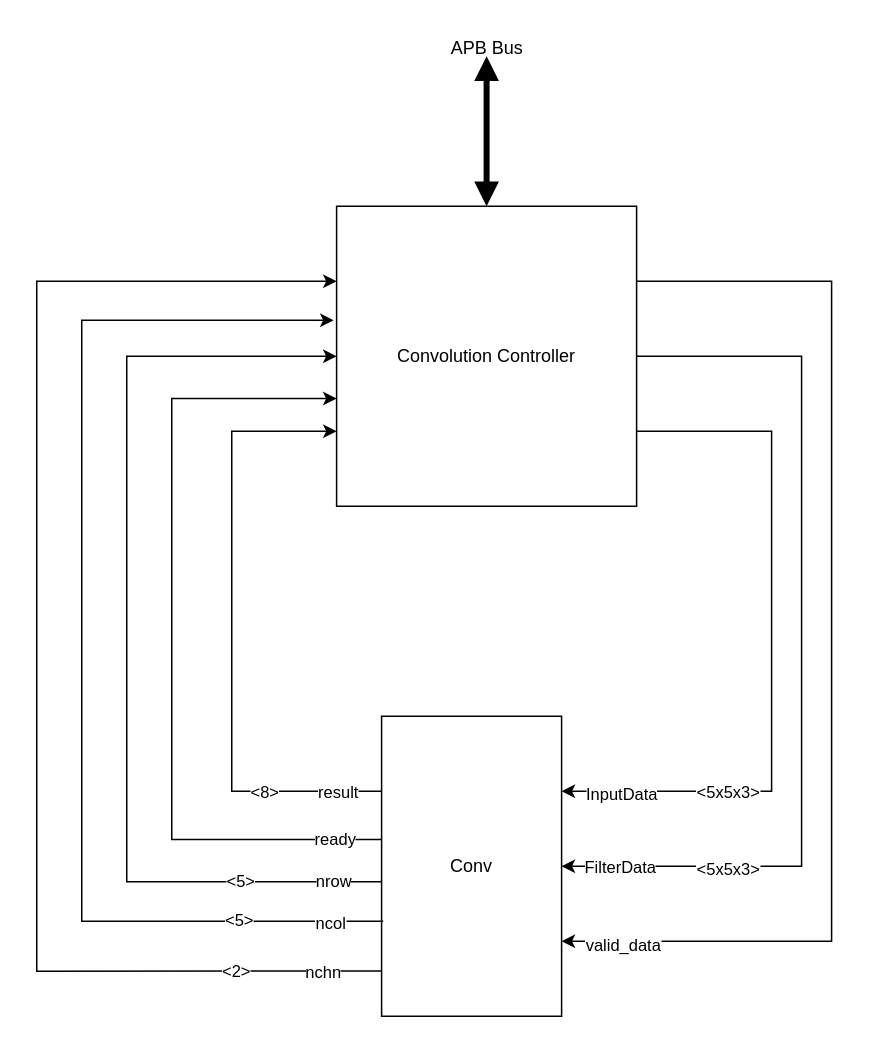
Above: page "APB Convolution Sytem Arch" (4 of 7) of Diagrams.drawio in thevenus/etin35-pulpino (draw.io), before the change. Source tidied: cells renumbered, new cells numbered last; positions are measured from the earlier drawing's top-left corner, leaving out a move shared by most shapes. Both pictures are drawn from the tidied source at 150%, with x=0, y=0 at pixel (36, 26).
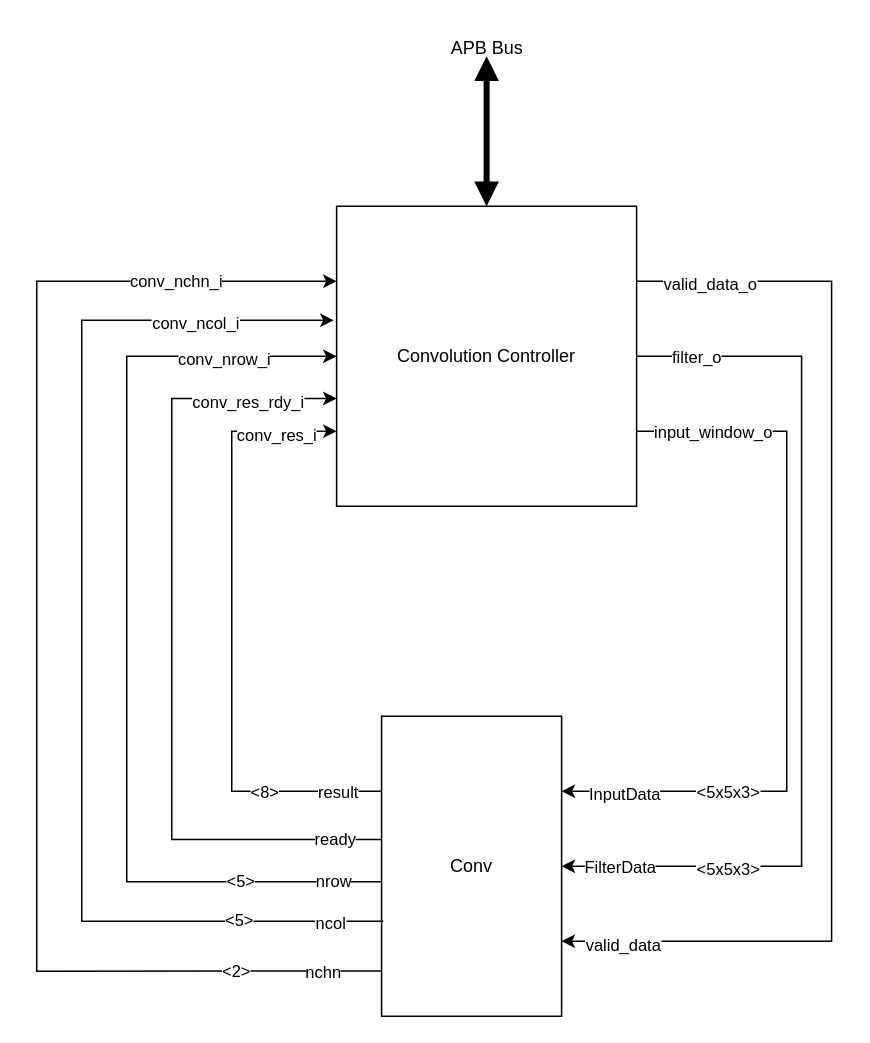
The same page after the edit.

Unchanged cells that the change refers to:
```xml
<mxCell id="2" style="edgeStyle=orthogonalEdgeStyle;rounded=0;jettySize=auto;html=1;entryX=1;entryY=0.5;entryDx=0;entryDy=0;" parent="1" edge="1" source="8" target="20">
  <mxGeometry relative="1" as="geometry">
    <Array as="points">
      <mxPoint x="509.9" y="220" />
      <mxPoint x="509.9" y="560" />
    </Array>
  </mxGeometry>
</mxCell>
<mxCell id="8" value="Convolution Controller" style="whiteSpace=wrap;html=1;" parent="1" vertex="1">
  <mxGeometry x="199.9" y="120" width="200" height="200" as="geometry" />
</mxCell>
<mxCell id="9" style="edgeStyle=orthogonalEdgeStyle;rounded=0;jettySize=auto;html=1;exitX=0;exitY=0.25;exitDx=0;exitDy=0;entryX=0;entryY=0.75;entryDx=0;entryDy=0;" parent="1" edge="1" source="20" target="8">
  <mxGeometry relative="1" as="geometry">
    <Array as="points">
      <mxPoint x="130" y="510" />
      <mxPoint x="130" y="270" />
    </Array>
  </mxGeometry>
</mxCell>
<mxCell id="12" style="edgeStyle=orthogonalEdgeStyle;rounded=0;jettySize=auto;html=1;exitX=0;exitY=0.411;exitDx=0;exitDy=0;exitPerimeter=0;entryX=0;entryY=0.641;entryDx=0;entryDy=0;entryPerimeter=0;" parent="1" edge="1" source="20" target="8">
  <mxGeometry relative="1" as="geometry">
    <Array as="points">
      <mxPoint x="90" y="542" />
      <mxPoint x="90" y="248" />
    </Array>
  </mxGeometry>
</mxCell>
<mxCell id="14" style="edgeStyle=orthogonalEdgeStyle;rounded=0;jettySize=auto;html=1;exitX=0.003;exitY=0.552;exitDx=0;exitDy=0;entryX=0;entryY=0.5;entryDx=0;entryDy=0;exitPerimeter=0;" parent="1" edge="1" source="20" target="8">
  <mxGeometry relative="1" as="geometry">
    <Array as="points">
      <mxPoint x="60" y="570" />
      <mxPoint x="60" y="220" />
    </Array>
  </mxGeometry>
</mxCell>
<mxCell id="17" style="edgeStyle=orthogonalEdgeStyle;rounded=0;jettySize=auto;html=1;exitX=0.002;exitY=0.849;exitDx=0;exitDy=0;entryX=0;entryY=0.25;entryDx=0;entryDy=0;exitPerimeter=0;" parent="1" edge="1" source="20" target="8">
  <mxGeometry relative="1" as="geometry">
    <Array as="points">
      <mxPoint x="229" y="630" />
      <mxPoint y="630" />
      <mxPoint y="170" />
    </Array>
  </mxGeometry>
</mxCell>
<mxCell id="20" value="Conv" style="whiteSpace=wrap;html=1;" parent="1" vertex="1">
  <mxGeometry x="229.9" y="460" width="120" height="200" as="geometry" />
</mxCell>
<mxCell id="21" style="edgeStyle=orthogonalEdgeStyle;rounded=0;jettySize=auto;html=1;exitX=1;exitY=0.25;exitDx=0;exitDy=0;entryX=1;entryY=0.75;entryDx=0;entryDy=0;" parent="1" edge="1" source="8" target="20">
  <mxGeometry relative="1" as="geometry">
    <Array as="points">
      <mxPoint x="529.9" y="170" />
      <mxPoint x="529.9" y="610" />
    </Array>
  </mxGeometry>
</mxCell>
<mxCell id="25" style="edgeStyle=orthogonalEdgeStyle;rounded=0;jettySize=auto;html=1;exitX=0.009;exitY=0.683;exitDx=0;exitDy=0;entryX=-0.01;entryY=0.38;entryDx=0;entryDy=0;entryPerimeter=0;exitPerimeter=0;" parent="1" edge="1" source="20" target="8">
  <mxGeometry relative="1" as="geometry">
    <Array as="points">
      <mxPoint x="30" y="597" />
      <mxPoint x="30" y="196" />
    </Array>
  </mxGeometry>
</mxCell>
```

The edit, as a diff of the source:
```diff
@@
+    <mxCell id="28" value="filter_o" style="edgeLabel;html=1;align=center;verticalAlign=middle;" parent="2" vertex="1">
+      <mxGeometry x="-0.87" relative="1" as="geometry" />
+    </mxCell>
     <mxCell id="5" style="edgeStyle=orthogonalEdgeStyle;rounded=0;jettySize=auto;html=1;exitX=1;exitY=0.75;exitDx=0;exitDy=0;entryX=1;entryY=0.25;entryDx=0;entryDy=0;" parent="1" edge="1" source="8" target="20">
       <mxGeometry relative="1" as="geometry">
         <Array as="points">
-          <mxPoint x="489.9" y="270" />
-          <mxPoint x="489.9" y="510" />
+          <mxPoint x="500" y="270" />
+          <mxPoint x="500" y="510" />
         </Array>
       </mxGeometry>
     </mxCell>
@@
+    <mxCell id="29" value="input_window_o" style="edgeLabel;html=1;align=center;verticalAlign=middle;" parent="5" vertex="1">
+      <mxGeometry x="-0.87" relative="1" as="geometry">
+        <mxPoint x="19" as="offset" />
+      </mxGeometry>
+    </mxCell>
@@
+    <mxCell id="30" value="conv_res_i" style="edgeLabel;html=1;align=center;verticalAlign=middle;" parent="9" vertex="1">
+      <mxGeometry x="0.8" y="-2" relative="1" as="geometry" />
+    </mxCell>
@@
+    <mxCell id="31" value="conv_res_rdy_i" style="edgeLabel;html=1;align=center;verticalAlign=middle;" parent="12" vertex="1">
+      <mxGeometry x="0.83" y="-2" relative="1" as="geometry">
+        <mxPoint x="-14" as="offset" />
+      </mxGeometry>
+    </mxCell>
@@
+    <mxCell id="32" value="conv_nrow_i" style="edgeLabel;html=1;align=center;verticalAlign=middle;" parent="14" vertex="1">
+      <mxGeometry x="0.77" y="-1" relative="1" as="geometry" />
+    </mxCell>
@@
+    <mxCell id="33" value="conv_nchn_i" style="edgeLabel;html=1;align=center;verticalAlign=middle;" parent="17" vertex="1">
+      <mxGeometry x="0.76" y="1" relative="1" as="geometry" />
+    </mxCell>
@@
+    <mxCell id="34" value="valid_data_o" style="edgeLabel;html=1;align=center;verticalAlign=middle;" parent="21" vertex="1">
+      <mxGeometry x="-0.91" y="-1" relative="1" as="geometry">
+        <mxPoint x="15" as="offset" />
+      </mxGeometry>
+    </mxCell>
@@
+    <mxCell id="35" value="conv_ncol_i" style="edgeLabel;html=1;align=center;verticalAlign=middle;" parent="25" vertex="1">
+      <mxGeometry x="0.76" y="-1" relative="1" as="geometry" />
+    </mxCell>
```
